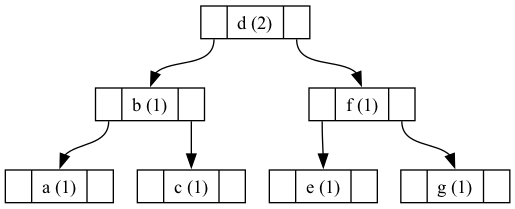
mrnetbear/Alg-progs keeps this Graphviz diagram as lab4a/build/tree.png. Above is the earlier version. Its source is kept beside it as lab4a/build/tree.dot.
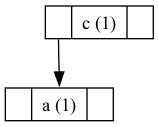
Later version of the same file.

Diff of the diagram source:
```diff
@@ -1,16 +1,6 @@
 digraph BSTree {
   node [shape=record, height=0.1];
-  node140566837878592 [label="<left> | <key> d (2) | <right> "];
-  node140566837878592:left -> node140566847307936:key;
-  node140566847307936 [label="<left> | <key> b (1) | <right> "];
-  node140566847307936:left -> node140566837877904:key;
-  node140566837877904 [label="<left> | <key> a (1) | <right> "];
-  node140566847307936:right -> node140566837878016:key;
-  node140566837878016 [label="<left> | <key> c (1) | <right> "];
-  node140566837878592:right -> node140566853599392:key;
-  node140566853599392 [label="<left> | <key> f (1) | <right> "];
-  node140566853599392:left -> node140566847308048:key;
-  node140566847308048 [label="<left> | <key> e (1) | <right> "];
-  node140566853599392:right -> node140566850453728:key;
-  node140566850453728 [label="<left> | <key> g (1) | <right> "];
+  node140659499483296 [label="<left> | <key> c (1) | <right> "];
+  node140659499483296:left -> node140659500531872:key;
+  node140659500531872 [label="<left> | <key> a (1) | <right> "];
 }
```
